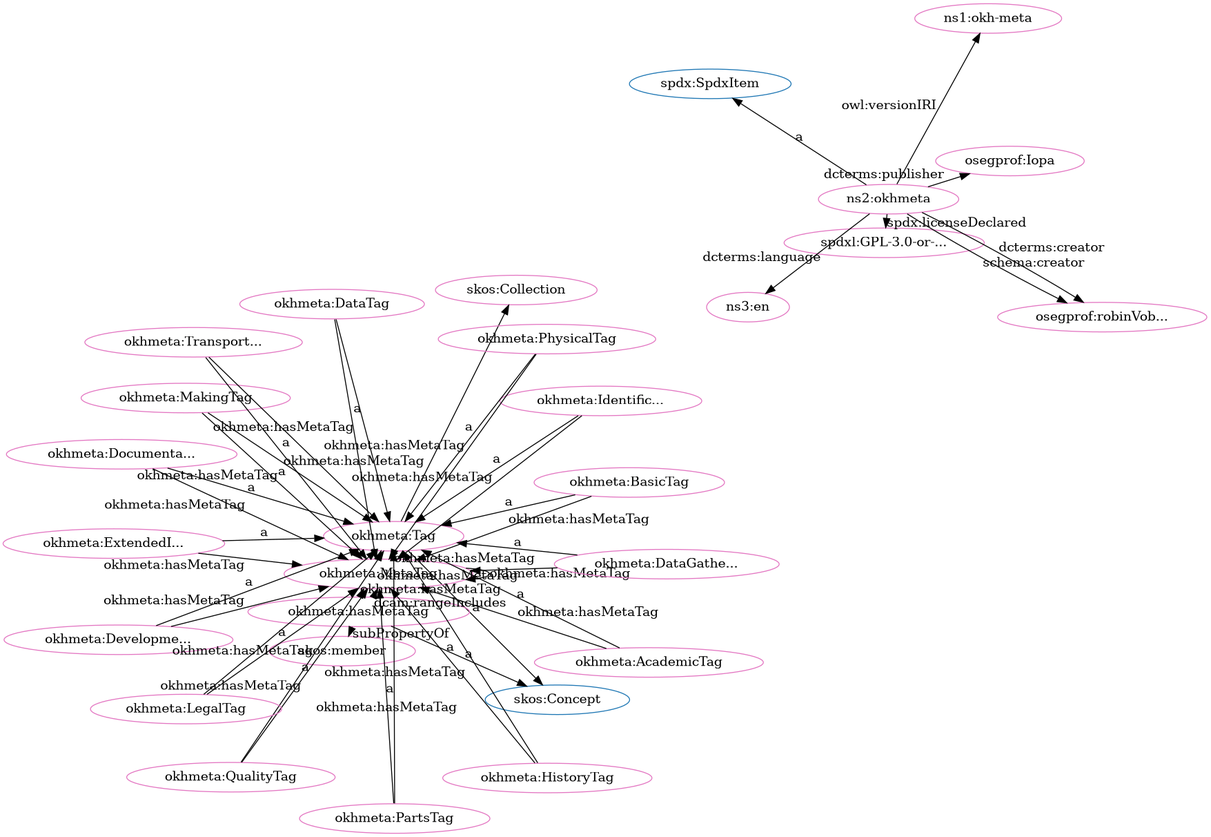
The Graphviz diagram src/spec/fdp_okh-meta-clean.png in iop-alliance/OpenKnowHow, before a commit. Its source is kept beside it as src/spec/fdp_okh-meta-clean.dot.
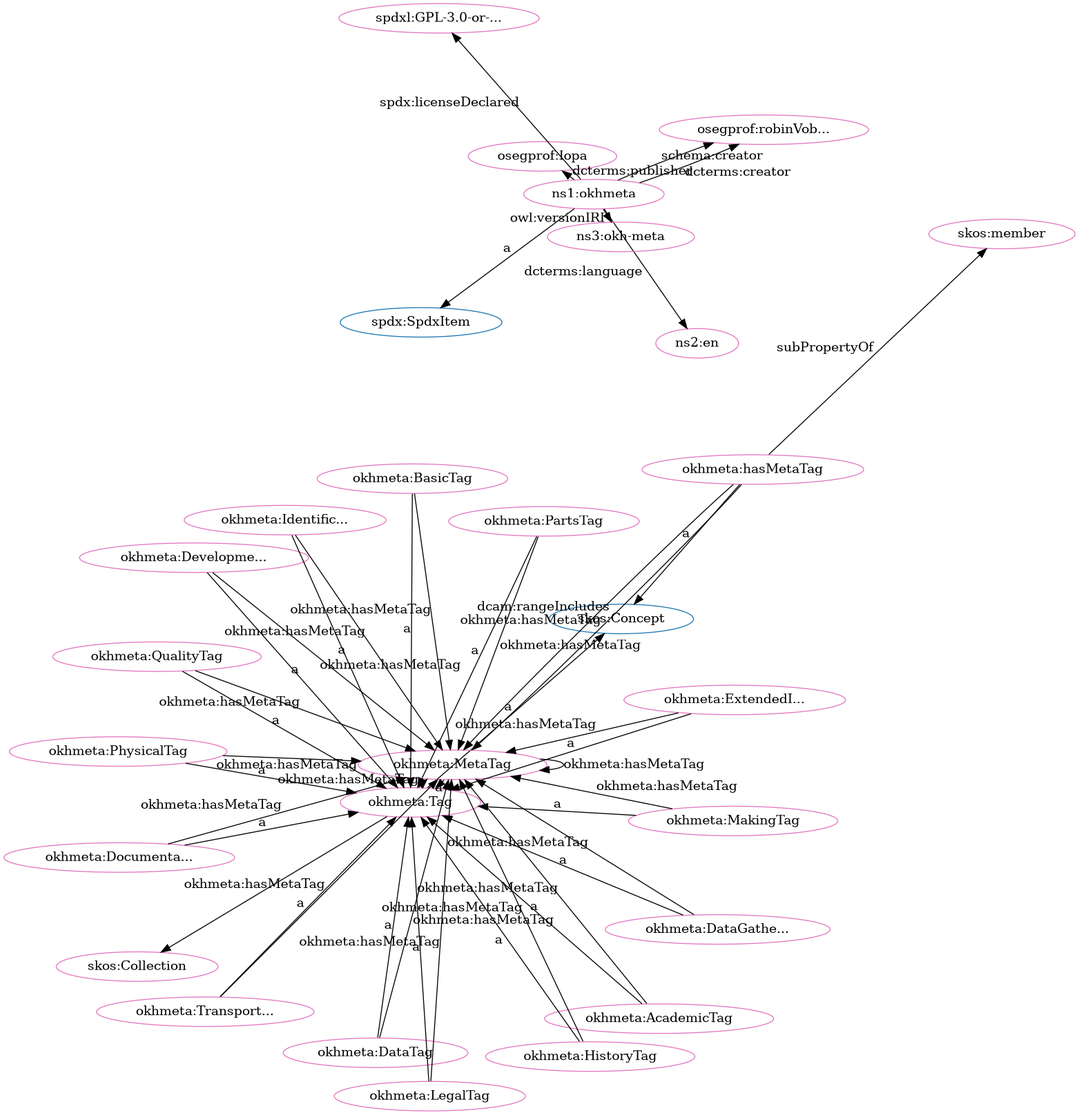
After the change.

The edit, as a diff of the source:
```diff
@@ -1,80 +1,80 @@
 digraph G {
   rankdir=BT
   node[height=.3]
+"http://www.w3.org/2004/02/skos/core#Concept" [fillcolor="#1f77b4" color="#1f77b4" label="skos:Concept"]
+"http://spdx.org/rdf/terms#SpdxItem" [fillcolor="#1f77b4" color="#1f77b4" label="spdx:SpdxItem"]
 "http://w3id.org/oseg/ont/okhmeta#Tag" [fillcolor="#1f77b4" color="#1f77b4" label="okhmeta:Tag"]
-"http://spdx.org/rdf/terms#SpdxItem" [fillcolor="#1f77b4" color="#1f77b4" label="spdx:SpdxItem"]
 "http://www.w3.org/2004/02/skos/core#Collection" [fillcolor="#1f77b4" color="#1f77b4" label="skos:Collection"]
-"http://www.w3.org/2004/02/skos/core#Concept" [fillcolor="#1f77b4" color="#1f77b4" label="skos:Concept"]
+"http://w3id.org/oseg/ont/okhmeta#MetaTag" [fillcolor="#e377c2" color="#e377c2" label="okhmeta:MetaTag"]
+"http://w3id.org/oseg/ont/okhmeta" [fillcolor="#e377c2" color="#e377c2" label="ns1:okhmeta"]
+"http://w3id.org/oseg/ont/okhmeta#hasMetaTag" [fillcolor="#e377c2" color="#e377c2" label="okhmeta:hasMetaTag"]
+"http://id.loc.gov/vocabulary/iso639-1/en" [fillcolor="#e377c2" color="#e377c2" label="ns2:en"]
+"http://w3id.org/oseg/ont/okhmeta#Tag" [fillcolor="#e377c2" color="#e377c2" label="okhmeta:Tag"]
+"http://w3id.org/oseg/ont/oseg-profiles#Iopa" [fillcolor="#e377c2" color="#e377c2" label="osegprof:Iopa"]
+"http://w3id.org/oseg/ont/okhmeta#DevelopmentTag" [fillcolor="#e377c2" color="#e377c2" label="okhmeta:Developme..."]
+"http://w3id.org/oseg/ont/okhmeta#PhysicalTag" [fillcolor="#e377c2" color="#e377c2" label="okhmeta:PhysicalTag"]
+"http://w3id.org/oseg/ont/okhmeta#AcademicTag" [fillcolor="#e377c2" color="#e377c2" label="okhmeta:AcademicTag"]
+"http://w3id.org/oseg/ont/okhmeta#TransportationTag" [fillcolor="#e377c2" color="#e377c2" label="okhmeta:Transport..."]
+"http://w3id.org/oseg/ont/oseg-profiles#robinVobruba" [fillcolor="#e377c2" color="#e377c2" label="osegprof:robinVob..."]
+"http://w3id.org/oseg/ont/okhmeta#DataTag" [fillcolor="#e377c2" color="#e377c2" label="okhmeta:DataTag"]
+"http://w3id.org/oseg/ont/okhmeta#MakingTag" [fillcolor="#e377c2" color="#e377c2" label="okhmeta:MakingTag"]
 "http://w3id.org/oseg/ont/okhmeta#IdentificationTag" [fillcolor="#e377c2" color="#e377c2" label="okhmeta:Identific..."]
-"http://w3id.org/oseg/ont/okhmeta#MetaTag" [fillcolor="#e377c2" color="#e377c2" label="okhmeta:MetaTag"]
+"http://www.w3.org/2004/02/skos/core#member" [fillcolor="#e377c2" color="#e377c2" label="skos:member"]
+"http://w3id.org/oseg/ont/okhmeta#DataGatheringTag" [fillcolor="#e377c2" color="#e377c2" label="okhmeta:DataGathe..."]
+"http://w3id.org/oseg/ont/okhmeta#QualityTag" [fillcolor="#e377c2" color="#e377c2" label="okhmeta:QualityTag"]
+"http://spdx.org/licenses/GPL-3.0-or-later" [fillcolor="#e377c2" color="#e377c2" label="spdxl:GPL-3.0-or-..."]
+"http://w3id.org/oseg/ont/okhmeta#HistoryTag" [fillcolor="#e377c2" color="#e377c2" label="okhmeta:HistoryTag"]
+"http://w3id.org/oseg/ont/okhmeta#LegalTag" [fillcolor="#e377c2" color="#e377c2" label="okhmeta:LegalTag"]
 "http://w3id.org/oseg/ont/okhmeta#ExtendedInfoTag" [fillcolor="#e377c2" color="#e377c2" label="okhmeta:ExtendedI..."]
-"http://w3id.org/oseg/ont/1.1.0/okh-meta" [fillcolor="#e377c2" color="#e377c2" label="ns1:okh-meta"]
-"http://w3id.org/oseg/ont/okhmeta#DevelopmentTag" [fillcolor="#e377c2" color="#e377c2" label="okhmeta:Developme..."]
-"http://spdx.org/licenses/GPL-3.0-or-later" [fillcolor="#e377c2" color="#e377c2" label="spdxl:GPL-3.0-or-..."]
-"http://w3id.org/oseg/ont/okhmeta#PhysicalTag" [fillcolor="#e377c2" color="#e377c2" label="okhmeta:PhysicalTag"]
-"http://w3id.org/oseg/ont/okhmeta#hasMetaTag" [fillcolor="#e377c2" color="#e377c2" label="okhmeta:hasMetaTag"]
-"http://w3id.org/oseg/ont/okhmeta#QualityTag" [fillcolor="#e377c2" color="#e377c2" label="okhmeta:QualityTag"]
-"http://w3id.org/oseg/ont/okhmeta#Tag" [fillcolor="#e377c2" color="#e377c2" label="okhmeta:Tag"]
-"http://w3id.org/oseg/ont/okhmeta#AcademicTag" [fillcolor="#e377c2" color="#e377c2" label="okhmeta:AcademicTag"]
-"http://w3id.org/oseg/ont/okhmeta#DataTag" [fillcolor="#e377c2" color="#e377c2" label="okhmeta:DataTag"]
-"http://w3id.org/oseg/ont/okhmeta#DataGatheringTag" [fillcolor="#e377c2" color="#e377c2" label="okhmeta:DataGathe..."]
-"http://w3id.org/oseg/ont/oseg-profiles#Iopa" [fillcolor="#e377c2" color="#e377c2" label="osegprof:Iopa"]
-"http://w3id.org/oseg/ont/okhmeta#HistoryTag" [fillcolor="#e377c2" color="#e377c2" label="okhmeta:HistoryTag"]
-"http://www.w3.org/2004/02/skos/core#member" [fillcolor="#e377c2" color="#e377c2" label="skos:member"]
-"http://w3id.org/oseg/ont/oseg-profiles#robinVobruba" [fillcolor="#e377c2" color="#e377c2" label="osegprof:robinVob..."]
+"http://w3id.org/oseg/ont/okhmeta#BasicTag" [fillcolor="#e377c2" color="#e377c2" label="okhmeta:BasicTag"]
+"http://w3id.org/oseg/ont/okhmeta#PartsTag" [fillcolor="#e377c2" color="#e377c2" label="okhmeta:PartsTag"]
 "http://www.w3.org/2004/02/skos/core#Collection" [fillcolor="#e377c2" color="#e377c2" label="skos:Collection"]
 "http://w3id.org/oseg/ont/okhmeta#DocumentationTag" [fillcolor="#e377c2" color="#e377c2" label="okhmeta:Documenta..."]
-"http://w3id.org/oseg/ont/okhmeta#PartsTag" [fillcolor="#e377c2" color="#e377c2" label="okhmeta:PartsTag"]
-"http://w3id.org/oseg/ont/okhmeta#MakingTag" [fillcolor="#e377c2" color="#e377c2" label="okhmeta:MakingTag"]
-"http://w3id.org/oseg/ont/okhmeta#LegalTag" [fillcolor="#e377c2" color="#e377c2" label="okhmeta:LegalTag"]
-"http://w3id.org/oseg/ont/okhmeta" [fillcolor="#e377c2" color="#e377c2" label="ns2:okhmeta"]
-"http://w3id.org/oseg/ont/okhmeta#BasicTag" [fillcolor="#e377c2" color="#e377c2" label="okhmeta:BasicTag"]
-"http://id.loc.gov/vocabulary/iso639-1/en" [fillcolor="#e377c2" color="#e377c2" label="ns3:en"]
-"http://w3id.org/oseg/ont/okhmeta#TransportationTag" [fillcolor="#e377c2" color="#e377c2" label="okhmeta:Transport..."]
-  "http://w3id.org/oseg/ont/okhmeta#ExtendedInfoTag" -> "http://w3id.org/oseg/ont/okhmeta#Tag" [label="a"]
+"http://w3id.org/oseg/ont/1.1.0/okh-meta" [fillcolor="#e377c2" color="#e377c2" label="ns3:okh-meta"]
+  "http://w3id.org/oseg/ont/okhmeta#PartsTag" -> "http://w3id.org/oseg/ont/okhmeta#MetaTag" [label="okhmeta:hasMetaTag"]
+  "http://w3id.org/oseg/ont/okhmeta#ExtendedInfoTag" -> "http://w3id.org/oseg/ont/okhmeta#MetaTag" [label="okhmeta:hasMetaTag"]
+  "http://w3id.org/oseg/ont/okhmeta" -> "http://id.loc.gov/vocabulary/iso639-1/en" [label="dcterms:language"]
+  "http://w3id.org/oseg/ont/okhmeta#hasMetaTag" -> "http://w3id.org/oseg/ont/okhmeta#MetaTag" [label="dcam:rangeIncludes"]
+  "http://w3id.org/oseg/ont/okhmeta#DataTag" -> "http://w3id.org/oseg/ont/okhmeta#Tag" [label="a"]
+  "http://w3id.org/oseg/ont/okhmeta#MakingTag" -> "http://w3id.org/oseg/ont/okhmeta#Tag" [label="a"]
+  "http://w3id.org/oseg/ont/okhmeta#IdentificationTag" -> "http://w3id.org/oseg/ont/okhmeta#Tag" [label="a"]
+  "http://w3id.org/oseg/ont/okhmeta#DocumentationTag" -> "http://w3id.org/oseg/ont/okhmeta#MetaTag" [label="okhmeta:hasMetaTag"]
+  "http://w3id.org/oseg/ont/okhmeta" -> "http://w3id.org/oseg/ont/oseg-profiles#robinVobruba" [label="schema:creator"]
+  "http://w3id.org/oseg/ont/okhmeta#IdentificationTag" -> "http://w3id.org/oseg/ont/okhmeta#MetaTag" [label="okhmeta:hasMetaTag"]
+  "http://w3id.org/oseg/ont/okhmeta#DataGatheringTag" -> "http://w3id.org/oseg/ont/okhmeta#Tag" [label="a"]
+  "http://w3id.org/oseg/ont/okhmeta#QualityTag" -> "http://w3id.org/oseg/ont/okhmeta#Tag" [label="a"]
+  "http://w3id.org/oseg/ont/okhmeta" -> "http://spdx.org/licenses/GPL-3.0-or-later" [label="spdx:licenseDeclared"]
+  "http://w3id.org/oseg/ont/okhmeta#DataTag" -> "http://w3id.org/oseg/ont/okhmeta#MetaTag" [label="okhmeta:hasMetaTag"]
+  "http://w3id.org/oseg/ont/okhmeta#LegalTag" -> "http://w3id.org/oseg/ont/okhmeta#Tag" [label="a"]
+  "http://w3id.org/oseg/ont/okhmeta#DataGatheringTag" -> "http://w3id.org/oseg/ont/okhmeta#MetaTag" [label="okhmeta:hasMetaTag"]
+  "http://w3id.org/oseg/ont/okhmeta#QualityTag" -> "http://w3id.org/oseg/ont/okhmeta#MetaTag" [label="okhmeta:hasMetaTag"]
+  "http://w3id.org/oseg/ont/okhmeta#LegalTag" -> "http://w3id.org/oseg/ont/okhmeta#MetaTag" [label="okhmeta:hasMetaTag"]
+  "http://w3id.org/oseg/ont/okhmeta#Tag" -> "http://www.w3.org/2004/02/skos/core#Collection" [label=""]
   "http://w3id.org/oseg/ont/okhmeta" -> "http://w3id.org/oseg/ont/1.1.0/okh-meta" [label="owl:versionIRI"]
+  "http://w3id.org/oseg/ont/okhmeta#BasicTag" -> "http://w3id.org/oseg/ont/okhmeta#MetaTag" [label="okhmeta:hasMetaTag"]
+  "http://w3id.org/oseg/ont/okhmeta#hasMetaTag" -> "http://www.w3.org/2004/02/skos/core#Concept" [label="a"]
+  "http://w3id.org/oseg/ont/okhmeta#MakingTag" -> "http://w3id.org/oseg/ont/okhmeta#MetaTag" [label="okhmeta:hasMetaTag"]
+  "http://w3id.org/oseg/ont/okhmeta#Tag" -> "http://www.w3.org/2004/02/skos/core#Concept" [label="a"]
+  "http://w3id.org/oseg/ont/okhmeta" -> "http://w3id.org/oseg/ont/oseg-profiles#Iopa" [label="dcterms:publisher"]
   "http://w3id.org/oseg/ont/okhmeta#DevelopmentTag" -> "http://w3id.org/oseg/ont/okhmeta#Tag" [label="a"]
-  "http://w3id.org/oseg/ont/okhmeta#DataTag" -> "http://w3id.org/oseg/ont/okhmeta#MetaTag" [label="okhmeta:hasMetaTag"]
-  "http://w3id.org/oseg/ont/okhmeta" -> "http://spdx.org/licenses/GPL-3.0-or-later" [label="spdx:licenseDeclared"]
-  "http://w3id.org/oseg/ont/okhmeta#QualityTag" -> "http://w3id.org/oseg/ont/okhmeta#Tag" [label="a"]
+  "http://w3id.org/oseg/ont/okhmeta#hasMetaTag" -> "http://w3id.org/oseg/ont/okhmeta#MetaTag" [label="okhmeta:hasMetaTag"]
+  "http://w3id.org/oseg/ont/okhmeta#PhysicalTag" -> "http://w3id.org/oseg/ont/okhmeta#Tag" [label="a"]
   "http://w3id.org/oseg/ont/okhmeta#AcademicTag" -> "http://w3id.org/oseg/ont/okhmeta#Tag" [label="a"]
-  "http://w3id.org/oseg/ont/okhmeta#DataTag" -> "http://w3id.org/oseg/ont/okhmeta#Tag" [label="a"]
-  "http://w3id.org/oseg/ont/okhmeta#DataGatheringTag" -> "http://w3id.org/oseg/ont/okhmeta#Tag" [label="a"]
+  "http://w3id.org/oseg/ont/okhmeta#TransportationTag" -> "http://w3id.org/oseg/ont/okhmeta#Tag" [label="a"]
+  "http://w3id.org/oseg/ont/okhmeta" -> "http://spdx.org/rdf/terms#SpdxItem" [label="a"]
+  "http://w3id.org/oseg/ont/okhmeta#DevelopmentTag" -> "http://w3id.org/oseg/ont/okhmeta#MetaTag" [label="okhmeta:hasMetaTag"]
+  "http://w3id.org/oseg/ont/okhmeta#PhysicalTag" -> "http://w3id.org/oseg/ont/okhmeta#MetaTag" [label="okhmeta:hasMetaTag"]
+  "http://w3id.org/oseg/ont/okhmeta" -> "http://w3id.org/oseg/ont/oseg-profiles#robinVobruba" [label="dcterms:creator"]
   "http://w3id.org/oseg/ont/okhmeta#hasMetaTag" -> "http://www.w3.org/2004/02/skos/core#member" [label="subPropertyOf"]
-  "http://w3id.org/oseg/ont/okhmeta#PhysicalTag" -> "http://w3id.org/oseg/ont/okhmeta#MetaTag" [label="okhmeta:hasMetaTag"]
-  "http://w3id.org/oseg/ont/okhmeta#hasMetaTag" -> "http://w3id.org/oseg/ont/okhmeta#MetaTag" [label="okhmeta:hasMetaTag"]
-  "http://w3id.org/oseg/ont/okhmeta#LegalTag" -> "http://w3id.org/oseg/ont/okhmeta#MetaTag" [label="okhmeta:hasMetaTag"]
-  "http://w3id.org/oseg/ont/okhmeta#hasMetaTag" -> "http://www.w3.org/2004/02/skos/core#Concept" [label="a"]
-  "http://w3id.org/oseg/ont/okhmeta" -> "http://w3id.org/oseg/ont/oseg-profiles#robinVobruba" [label="dcterms:creator"]
-  "http://w3id.org/oseg/ont/okhmeta#DocumentationTag" -> "http://w3id.org/oseg/ont/okhmeta#Tag" [label="a"]
-  "http://w3id.org/oseg/ont/okhmeta#PartsTag" -> "http://w3id.org/oseg/ont/okhmeta#Tag" [label="a"]
-  "http://w3id.org/oseg/ont/okhmeta#MakingTag" -> "http://w3id.org/oseg/ont/okhmeta#Tag" [label="a"]
-  "http://w3id.org/oseg/ont/okhmeta" -> "http://spdx.org/rdf/terms#SpdxItem" [label="a"]
-  "http://w3id.org/oseg/ont/okhmeta" -> "http://w3id.org/oseg/ont/oseg-profiles#robinVobruba" [label="schema:creator"]
-  "http://w3id.org/oseg/ont/okhmeta#BasicTag" -> "http://w3id.org/oseg/ont/okhmeta#Tag" [label="a"]
   "http://w3id.org/oseg/ont/okhmeta#TransportationTag" -> "http://w3id.org/oseg/ont/okhmeta#MetaTag" [label="okhmeta:hasMetaTag"]
   "http://w3id.org/oseg/ont/okhmeta#MetaTag" -> "http://w3id.org/oseg/ont/okhmeta#Tag" [label="a"]
-  "http://w3id.org/oseg/ont/okhmeta" -> "http://id.loc.gov/vocabulary/iso639-1/en" [label="dcterms:language"]
-  "http://w3id.org/oseg/ont/okhmeta#DevelopmentTag" -> "http://w3id.org/oseg/ont/okhmeta#MetaTag" [label="okhmeta:hasMetaTag"]
-  "http://w3id.org/oseg/ont/okhmeta#TransportationTag" -> "http://w3id.org/oseg/ont/okhmeta#Tag" [label="a"]
-  "http://w3id.org/oseg/ont/okhmeta#QualityTag" -> "http://w3id.org/oseg/ont/okhmeta#MetaTag" [label="okhmeta:hasMetaTag"]
-  "http://w3id.org/oseg/ont/okhmeta#IdentificationTag" -> "http://w3id.org/oseg/ont/okhmeta#Tag" [label="a"]
+  "http://w3id.org/oseg/ont/okhmeta#HistoryTag" -> "http://w3id.org/oseg/ont/okhmeta#Tag" [label="a"]
+  "http://w3id.org/oseg/ont/okhmeta#Tag" -> "http://w3id.org/oseg/ont/okhmeta#MetaTag" [label="okhmeta:hasMetaTag"]
+  "http://w3id.org/oseg/ont/okhmeta#ExtendedInfoTag" -> "http://w3id.org/oseg/ont/okhmeta#Tag" [label="a"]
+  "http://w3id.org/oseg/ont/okhmeta#MetaTag" -> "http://w3id.org/oseg/ont/okhmeta#MetaTag" [label="okhmeta:hasMetaTag"]
   "http://w3id.org/oseg/ont/okhmeta#AcademicTag" -> "http://w3id.org/oseg/ont/okhmeta#MetaTag" [label="okhmeta:hasMetaTag"]
-  "http://w3id.org/oseg/ont/okhmeta#hasMetaTag" -> "http://w3id.org/oseg/ont/okhmeta#MetaTag" [label="dcam:rangeIncludes"]
-  "http://w3id.org/oseg/ont/okhmeta#DataGatheringTag" -> "http://w3id.org/oseg/ont/okhmeta#MetaTag" [label="okhmeta:hasMetaTag"]
-  "http://w3id.org/oseg/ont/okhmeta#PhysicalTag" -> "http://w3id.org/oseg/ont/okhmeta#Tag" [label="a"]
-  "http://w3id.org/oseg/ont/okhmeta#Tag" -> "http://w3id.org/oseg/ont/okhmeta#MetaTag" [label="okhmeta:hasMetaTag"]
-  "http://w3id.org/oseg/ont/okhmeta#Tag" -> "http://www.w3.org/2004/02/skos/core#Concept" [label="a"]
-  "http://w3id.org/oseg/ont/okhmeta" -> "http://w3id.org/oseg/ont/oseg-profiles#Iopa" [label="dcterms:publisher"]
-  "http://w3id.org/oseg/ont/okhmeta#HistoryTag" -> "http://w3id.org/oseg/ont/okhmeta#Tag" [label="a"]
-  "http://w3id.org/oseg/ont/okhmeta#DocumentationTag" -> "http://w3id.org/oseg/ont/okhmeta#MetaTag" [label="okhmeta:hasMetaTag"]
-  "http://w3id.org/oseg/ont/okhmeta#PartsTag" -> "http://w3id.org/oseg/ont/okhmeta#MetaTag" [label="okhmeta:hasMetaTag"]
-  "http://w3id.org/oseg/ont/okhmeta#MakingTag" -> "http://w3id.org/oseg/ont/okhmeta#MetaTag" [label="okhmeta:hasMetaTag"]
-  "http://w3id.org/oseg/ont/okhmeta#ExtendedInfoTag" -> "http://w3id.org/oseg/ont/okhmeta#MetaTag" [label="okhmeta:hasMetaTag"]
-  "http://w3id.org/oseg/ont/okhmeta#BasicTag" -> "http://w3id.org/oseg/ont/okhmeta#MetaTag" [label="okhmeta:hasMetaTag"]
-  "http://w3id.org/oseg/ont/okhmeta#Tag" -> "http://www.w3.org/2004/02/skos/core#Collection" [label=""]
-  "http://w3id.org/oseg/ont/okhmeta#MetaTag" -> "http://w3id.org/oseg/ont/okhmeta#MetaTag" [label="okhmeta:hasMetaTag"]
-  "http://w3id.org/oseg/ont/okhmeta#LegalTag" -> "http://w3id.org/oseg/ont/okhmeta#Tag" [label="a"]
+  "http://w3id.org/oseg/ont/okhmeta#BasicTag" -> "http://w3id.org/oseg/ont/okhmeta#Tag" [label="a"]
   "http://w3id.org/oseg/ont/okhmeta#HistoryTag" -> "http://w3id.org/oseg/ont/okhmeta#MetaTag" [label="okhmeta:hasMetaTag"]
-  "http://w3id.org/oseg/ont/okhmeta#IdentificationTag" -> "http://w3id.org/oseg/ont/okhmeta#MetaTag" [label="okhmeta:hasMetaTag"]
+  "http://w3id.org/oseg/ont/okhmeta#PartsTag" -> "http://w3id.org/oseg/ont/okhmeta#Tag" [label="a"]
+  "http://w3id.org/oseg/ont/okhmeta#DocumentationTag" -> "http://w3id.org/oseg/ont/okhmeta#Tag" [label="a"]
 }
```
